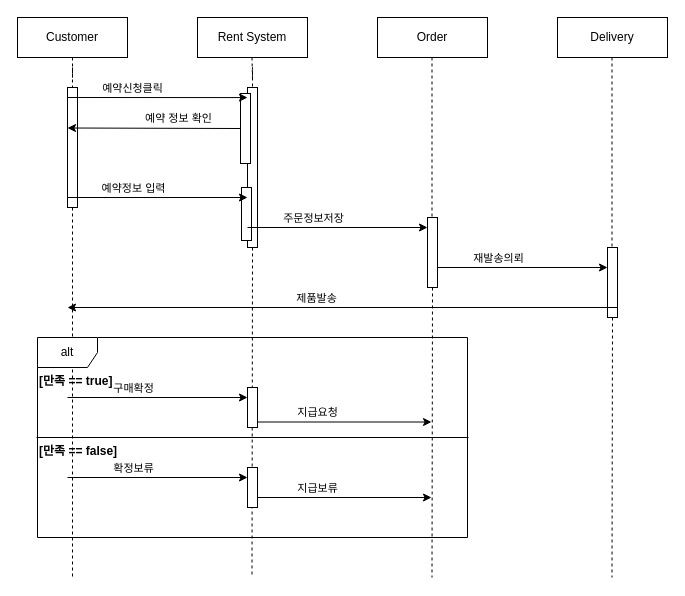
hyun10144/Lecture3-1 keeps this draw.io diagram as page "페이지-2" (2 of 2) of 시퀀스다이어그램.drawio. Above is the earlier version. Source tidied: cells renumbered, new cells numbered last; positions are measured from the earlier drawing's top-left corner, leaving out a move shared by most shapes. Both pictures are drawn from the tidied source at 100%, with x=0, y=0 at pixel (17, 17).
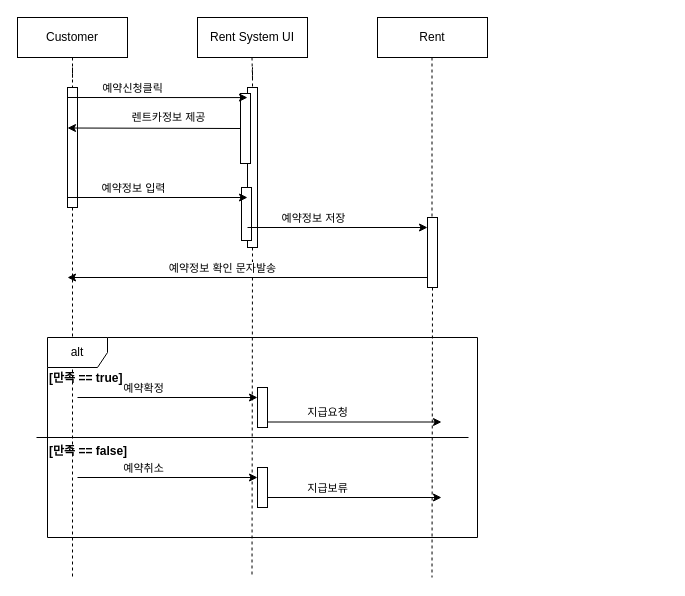
After the change.

Commit message (it also covers changes not shown here):
시퀀스다이어그램.drawio 업데이트

The change refers to these unchanged cells:
```xml
<mxCell id="24" style="html=1;verticalAlign=bottom;startArrow=classic;endArrow=none;endFill=0;rounded=0;startFill=1;entryX=0;entryY=0.5;entryDx=0;entryDy=0;" parent="1" edge="1" target="18">
  <mxGeometry relative="1" as="geometry">
    <mxPoint x="50" y="110.5" as="sourcePoint" />
  </mxGeometry>
</mxCell>
<mxCell id="28" style="html=1;verticalAlign=bottom;startArrow=none;endArrow=classic;endFill=1;rounded=0;" parent="1" edge="1">
  <mxGeometry relative="1" as="geometry">
    <mxPoint x="230" y="210" as="sourcePoint" />
    <mxPoint x="410" y="210" as="targetPoint" />
  </mxGeometry>
</mxCell>
<mxCell id="34" style="html=1;verticalAlign=bottom;startArrow=none;endArrow=classic;endFill=1;rounded=0;entryX=0;entryY=0.063;entryDx=0;entryDy=0;entryPerimeter=0;" parent="32" edge="1">
  <mxGeometry relative="1" as="geometry">
    <mxPoint x="30" y="60" as="sourcePoint" />
    <mxPoint x="210" y="60" as="targetPoint" />
  </mxGeometry>
</mxCell>
<mxCell id="36" style="html=1;verticalAlign=bottom;startArrow=none;endArrow=classic;endFill=1;rounded=0;entryX=0;entryY=0.063;entryDx=0;entryDy=0;entryPerimeter=0;" parent="32" edge="1">
  <mxGeometry relative="1" as="geometry">
    <mxPoint x="30" y="140" as="sourcePoint" />
    <mxPoint x="210" y="140" as="targetPoint" />
  </mxGeometry>
</mxCell>
```

Diff of the diagram source:
```diff
@@
-    <mxCell id="4" value="Delivery" style="rounded=0;whiteSpace=wrap;html=1;" parent="1" vertex="1">
-      <mxGeometry x="540" width="110" height="40" as="geometry" />
-    </mxCell>
-    <mxCell id="5" value="Order" style="rounded=0;whiteSpace=wrap;html=1;" parent="1" vertex="1">
+    <mxCell id="5" value="Rent" style="rounded=0;whiteSpace=wrap;html=1;" parent="1" vertex="1">
       <mxGeometry x="360" width="110" height="40" as="geometry" />
     </mxCell>
-    <mxCell id="6" value="Rent System" style="rounded=0;whiteSpace=wrap;html=1;" parent="1" vertex="1">
+    <mxCell id="6" value="Rent System UI" style="rounded=0;whiteSpace=wrap;html=1;" parent="1" vertex="1">
       <mxGeometry x="180" width="110" height="40" as="geometry" />
     </mxCell>
@@
-    <mxCell id="9" style="edgeStyle=orthogonalEdgeStyle;rounded=0;jettySize=auto;html=1;exitX=0.5;exitY=1;exitDx=0;exitDy=0;endArrow=none;endFill=0;dashed=1;" parent="1" edge="1" source="17">
-      <mxGeometry relative="1" as="geometry">
-        <mxPoint x="594.5" y="560" as="targetPoint" />
-      </mxGeometry>
-    </mxCell>
@@
-    <mxCell id="16" style="edgeStyle=orthogonalEdgeStyle;rounded=0;jettySize=auto;html=1;exitX=0.5;exitY=1;exitDx=0;exitDy=0;endArrow=none;endFill=0;dashed=1;" parent="1" edge="1" target="17">
-      <mxGeometry relative="1" as="geometry">
-        <mxPoint x="594.5" y="40" as="sourcePoint" />
-      </mxGeometry>
-    </mxCell>
-    <mxCell id="17" style="rounded=0;dashed=0;" parent="1" vertex="1">
-      <mxGeometry x="590" y="230" width="10" height="70" as="geometry" />
-    </mxCell>
@@
-    <mxCell id="25" value="예약 정보 확인" style="edgeLabel;html=1;align=center;verticalAlign=middle;" parent="24" vertex="1">
+    <mxCell id="25" value="렌트카정보 제공" style="edgeLabel;html=1;align=center;verticalAlign=middle;" parent="24" vertex="1">
       <mxGeometry x="-0.01" y="-2" relative="1" as="geometry">
-        <mxPoint x="25" y="-12" as="offset" />
+        <mxPoint x="15" y="-13" as="offset" />
       </mxGeometry>
     </mxCell>
-    <mxCell id="26" style="html=1;verticalAlign=bottom;startArrow=none;endArrow=classic;endFill=1;rounded=0;entryX=0;entryY=0.063;entryDx=0;entryDy=0;entryPerimeter=0;" parent="1" edge="1">
-      <mxGeometry relative="1" as="geometry">
-        <mxPoint x="420" y="250" as="sourcePoint" />
-        <mxPoint x="590" y="250" as="targetPoint" />
-      </mxGeometry>
-    </mxCell>
-    <mxCell id="27" value="재발송의뢰" style="edgeLabel;html=1;align=center;verticalAlign=middle;" parent="26" vertex="1">
-      <mxGeometry x="-0.01" y="-2" relative="1" as="geometry">
-        <mxPoint x="-24" y="-12" as="offset" />
-      </mxGeometry>
-    </mxCell>
@@
-    <mxCell id="29" value="주문정보저장" style="edgeLabel;html=1;align=center;verticalAlign=middle;" parent="28" vertex="1">
+    <mxCell id="29" value="예약정보 저장" style="edgeLabel;html=1;align=center;verticalAlign=middle;" parent="28" vertex="1">
       <mxGeometry x="-0.01" y="-2" relative="1" as="geometry">
         <mxPoint x="-24" y="-12" as="offset" />
       </mxGeometry>
     </mxCell>
     <mxCell id="30" style="html=1;verticalAlign=bottom;startArrow=classic;endArrow=none;endFill=0;rounded=0;entryX=0;entryY=0.063;entryDx=0;entryDy=0;entryPerimeter=0;startFill=1;" parent="1" edge="1">
       <mxGeometry relative="1" as="geometry">
-        <mxPoint x="50" y="290" as="sourcePoint" />
-        <mxPoint x="600" y="290" as="targetPoint" />
+        <mxPoint x="50" y="260" as="sourcePoint" />
+        <mxPoint x="410" y="260" as="targetPoint" />
       </mxGeometry>
     </mxCell>
-    <mxCell id="31" value="제품발송" style="edgeLabel;html=1;align=center;verticalAlign=middle;" parent="30" vertex="1">
+    <mxCell id="31" value="예약정보 확인 문자발송" style="edgeLabel;html=1;align=center;verticalAlign=middle;" parent="30" vertex="1">
       <mxGeometry x="-0.01" y="-2" relative="1" as="geometry">
         <mxPoint x="-24" y="-12" as="offset" />
       </mxGeometry>
     </mxCell>
     <mxCell id="32" value="alt" style="shape=umlFrame;whiteSpace=wrap;html=1;width=60;height=30;" parent="1" vertex="1">
-      <mxGeometry x="20" y="320" width="430" height="200" as="geometry" />
+      <mxGeometry x="30" y="320" width="430" height="200" as="geometry" />
     </mxCell>
     <mxCell id="33" value="&lt;b&gt;[만족 == true]&lt;/b&gt;" style="text;align=left;html=1;" parent="32" vertex="1">
       <mxGeometry width="100" height="20" relative="1" as="geometry">
-        <mxPoint y="30" as="offset" />
+        <mxPoint y="27" as="offset" />
       </mxGeometry>
     </mxCell>
@@
-    <mxCell id="35" value="구매확정" style="edgeLabel;html=1;align=center;verticalAlign=middle;" parent="34" vertex="1">
+    <mxCell id="35" value="예약확정" style="edgeLabel;html=1;align=center;verticalAlign=middle;" parent="34" vertex="1">
       <mxGeometry x="-0.01" y="-2" relative="1" as="geometry">
         <mxPoint x="-24" y="-12" as="offset" />
       </mxGeometry>
     </mxCell>
@@
-    <mxCell id="37" value="확정보류" style="edgeLabel;html=1;align=center;verticalAlign=middle;" parent="36" vertex="1">
+    <mxCell id="37" value="예약취소" style="edgeLabel;html=1;align=center;verticalAlign=middle;" parent="36" vertex="1">
       <mxGeometry x="-0.01" y="-2" relative="1" as="geometry">
         <mxPoint x="-24" y="-12" as="offset" />
       </mxGeometry>
     </mxCell>
```
